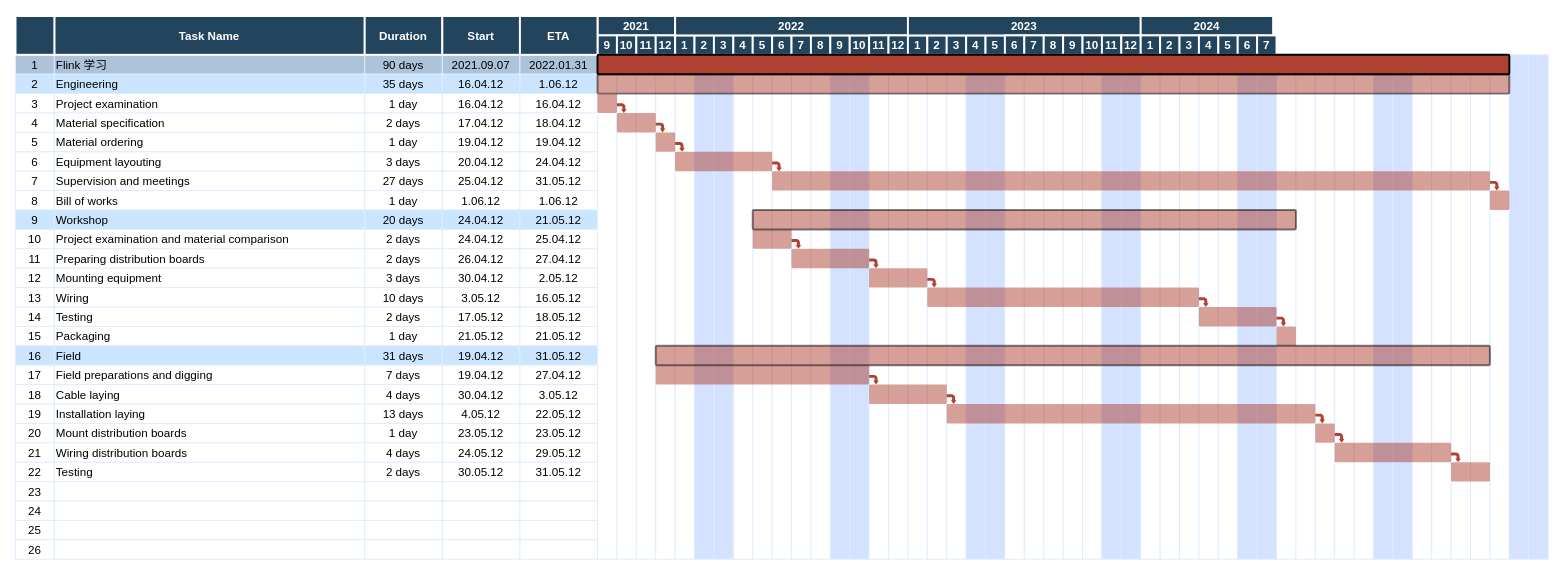
The draw.io diagram page "Page-1" (1 of 2) of 甘特图.drawio in LiLiJacky/graphData, before the edit. Source tidied: cells renumbered, new cells numbered last; positions are measured from the earlier drawing's top-left corner, leaving out a move shared by most shapes. Both pictures are drawn from the tidied source at 97%, with x=0, y=0 at pixel (15, 16).
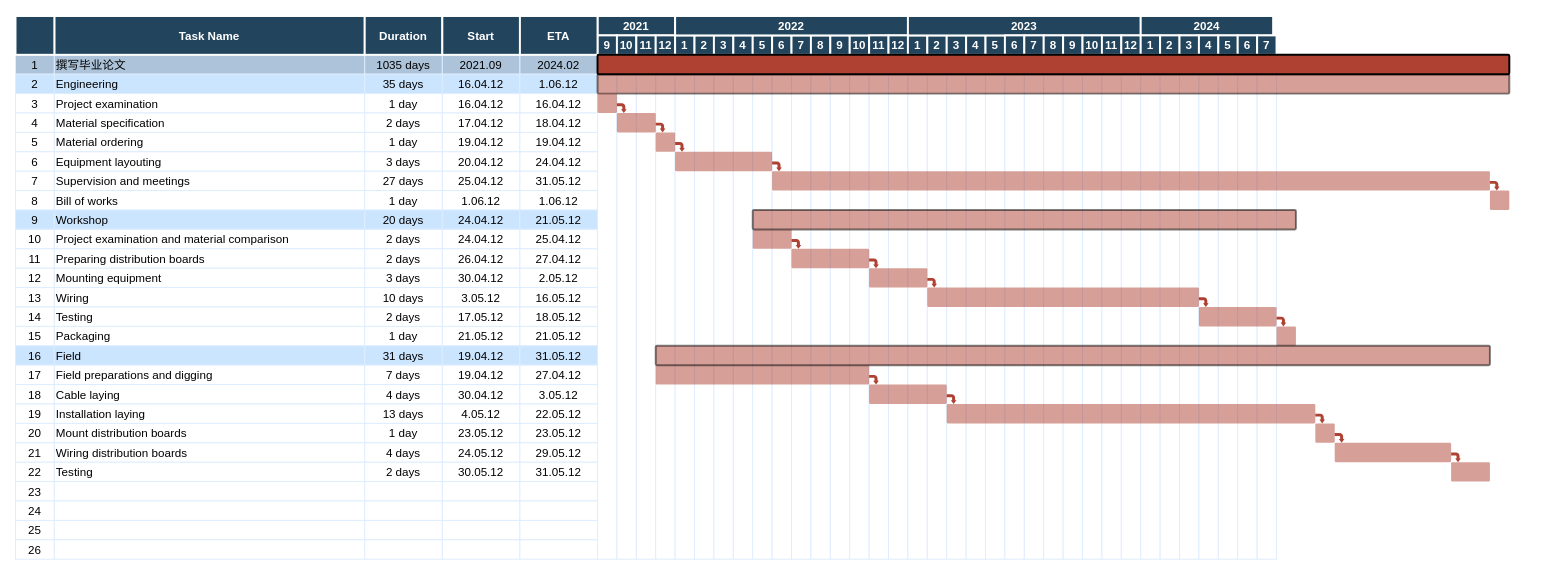
The same diagram, later.

Commit message (it also covers changes not shown here):
更新甘特图.drawio

Change to the diagram source:
```diff
@@
-    <mxCell id="3" value="Flink 学习" style="align=left;strokeColor=#DEEDFF;fillColor=#ADC3D9;" parent="1" vertex="1">
+    <mxCell id="3" value="撰写毕业论文" style="align=left;strokeColor=#DEEDFF;fillColor=#ADC3D9;" parent="1" vertex="1">
       <mxGeometry x="40.5" y="40" width="320" height="20" as="geometry" />
     </mxCell>
-    <mxCell id="4" value="90 days" style="strokeColor=#DEEDFF;fillColor=#ADC3D9;" parent="1" vertex="1">
+    <mxCell id="4" value="1035 days" style="strokeColor=#DEEDFF;fillColor=#ADC3D9;" parent="1" vertex="1">
       <mxGeometry x="360.5" y="40" width="80" height="20" as="geometry" />
     </mxCell>
-    <mxCell id="5" value="2021.09.07" style="strokeColor=#DEEDFF;fillColor=#ADC3D9;" parent="1" vertex="1">
+    <mxCell id="5" value="2021.09" style="strokeColor=#DEEDFF;fillColor=#ADC3D9;" parent="1" vertex="1">
       <mxGeometry x="440.5" y="40" width="80" height="20" as="geometry" />
     </mxCell>
-    <mxCell id="6" value="2022.01.31" style="strokeColor=#DEEDFF;fillColor=#ADC3D9;" parent="1" vertex="1">
+    <mxCell id="6" value="2024.02" style="strokeColor=#DEEDFF;fillColor=#ADC3D9;" parent="1" vertex="1">
       <mxGeometry x="520.5" y="40" width="80" height="20" as="geometry" />
     </mxCell>
@@
-    <mxCell id="137" style="strokeColor=#DEEDFF;fillColor=#D4E1FF;" parent="1" vertex="1">
+    <mxCell id="137" style="strokeColor=#DEEDFF;fillColor=#FFFFFF;" parent="1" vertex="1">
       <mxGeometry x="700.5" y="40" width="20" height="520" as="geometry" />
     </mxCell>
-    <mxCell id="138" style="strokeColor=#DEEDFF;fillColor=#D4E1FF;" parent="1" vertex="1">
+    <mxCell id="138" style="strokeColor=#DEEDFF;fillColor=#FFFFFF;" parent="1" vertex="1">
       <mxGeometry x="720.5" y="40" width="20" height="520" as="geometry" />
     </mxCell>
@@
-    <mxCell id="144" style="strokeColor=#DEEDFF;fillColor=#D4E1FF;" parent="1" vertex="1">
+    <mxCell id="144" style="strokeColor=#DEEDFF;fillColor=#FFFFFF;" parent="1" vertex="1">
       <mxGeometry x="840.5" y="40" width="20" height="520" as="geometry" />
     </mxCell>
-    <mxCell id="145" style="strokeColor=#DEEDFF;fillColor=#D4E1FF;" parent="1" vertex="1">
+    <mxCell id="145" style="strokeColor=#DEEDFF;fillColor=#FFFFFF;" parent="1" vertex="1">
       <mxGeometry x="860.5" y="40" width="20" height="520" as="geometry" />
     </mxCell>
@@
-    <mxCell id="151" style="strokeColor=#DEEDFF;fillColor=#D4E1FF;" parent="1" vertex="1">
+    <mxCell id="151" style="strokeColor=#DEEDFF;fillColor=#FFFFFF;" parent="1" vertex="1">
       <mxGeometry x="980.5" y="40" width="20" height="520" as="geometry" />
     </mxCell>
-    <mxCell id="152" style="strokeColor=#DEEDFF;fillColor=#D4E1FF;" parent="1" vertex="1">
+    <mxCell id="152" style="strokeColor=#DEEDFF;fillColor=#FFFFFF;" parent="1" vertex="1">
       <mxGeometry x="1000.5" y="40" width="20" height="520" as="geometry" />
     </mxCell>
@@
-    <mxCell id="158" style="strokeColor=#DEEDFF;fillColor=#D4E1FF;" parent="1" vertex="1">
+    <mxCell id="158" style="strokeColor=#DEEDFF;fillColor=#FFFFFF;" parent="1" vertex="1">
       <mxGeometry x="1120.5" y="40" width="20" height="520" as="geometry" />
     </mxCell>
-    <mxCell id="159" style="strokeColor=#DEEDFF;fillColor=#D4E1FF;" parent="1" vertex="1">
+    <mxCell id="159" style="strokeColor=#DEEDFF;fillColor=#FFFFFF;" parent="1" vertex="1">
       <mxGeometry x="1140.5" y="40" width="20" height="520" as="geometry" />
     </mxCell>
@@
-    <mxCell id="165" style="strokeColor=#DEEDFF;fillColor=#D4E1FF;" parent="1" vertex="1">
+    <mxCell id="165" style="strokeColor=#DEEDFF;fillColor=#FFFFFF;" parent="1" vertex="1">
       <mxGeometry x="1260.5" y="40" width="20" height="520" as="geometry" />
     </mxCell>
-    <mxCell id="166" style="strokeColor=#DEEDFF;fillColor=#D4E1FF;" parent="1" vertex="1">
+    <mxCell id="166" style="strokeColor=#DEEDFF;fillColor=#FFFFFF;" parent="1" vertex="1">
       <mxGeometry x="1280.5" y="40" width="20" height="520" as="geometry" />
     </mxCell>
-    <mxCell id="167" style="strokeColor=#DEEDFF;" parent="1" vertex="1">
-      <mxGeometry x="1300.5" y="40" width="20" height="520" as="geometry" />
-    </mxCell>
-    <mxCell id="168" style="strokeColor=#DEEDFF;" parent="1" vertex="1">
-      <mxGeometry x="1320.5" y="40" width="20" height="520" as="geometry" />
-    </mxCell>
-    <mxCell id="169" style="strokeColor=#DEEDFF;" parent="1" vertex="1">
-      <mxGeometry x="1340.5" y="40" width="20" height="520" as="geometry" />
-    </mxCell>
-    <mxCell id="170" style="strokeColor=#DEEDFF;" parent="1" vertex="1">
-      <mxGeometry x="1360.5" y="40" width="20" height="520" as="geometry" />
-    </mxCell>
-    <mxCell id="171" style="strokeColor=#DEEDFF;" parent="1" vertex="1">
-      <mxGeometry x="1380.5" y="40" width="20" height="520" as="geometry" />
-    </mxCell>
-    <mxCell id="172" style="strokeColor=#DEEDFF;fillColor=#D4E1FF;" parent="1" vertex="1">
-      <mxGeometry x="1400.5" y="40" width="20" height="520" as="geometry" />
-    </mxCell>
-    <mxCell id="173" style="strokeColor=#DEEDFF;fillColor=#D4E1FF;" parent="1" vertex="1">
-      <mxGeometry x="1420.5" y="40" width="20" height="520" as="geometry" />
-    </mxCell>
-    <mxCell id="174" style="strokeColor=#DEEDFF;" parent="1" vertex="1">
-      <mxGeometry x="1440.5" y="40" width="20" height="520" as="geometry" />
-    </mxCell>
-    <mxCell id="175" style="strokeColor=#DEEDFF;" parent="1" vertex="1">
-      <mxGeometry x="1460.5" y="40" width="20" height="520" as="geometry" />
-    </mxCell>
-    <mxCell id="176" style="strokeColor=#DEEDFF;" parent="1" vertex="1">
-      <mxGeometry x="1480.5" y="40" width="20" height="520" as="geometry" />
-    </mxCell>
-    <mxCell id="177" style="strokeColor=#DEEDFF;" parent="1" vertex="1">
-      <mxGeometry x="1500.5" y="40" width="20" height="520" as="geometry" />
-    </mxCell>
-    <mxCell id="178" style="strokeColor=#DEEDFF;" parent="1" vertex="1">
-      <mxGeometry x="1520.5" y="40" width="20" height="520" as="geometry" />
-    </mxCell>
-    <mxCell id="179" style="strokeColor=#DEEDFF;fillColor=#D4E1FF;" parent="1" vertex="1">
-      <mxGeometry x="1540.5" y="40" width="20" height="520" as="geometry" />
-    </mxCell>
-    <mxCell id="180" style="strokeColor=#DEEDFF;fillColor=#D4E1FF;" parent="1" vertex="1">
-      <mxGeometry x="1560.5" y="40" width="20" height="520" as="geometry" />
-    </mxCell>
```
